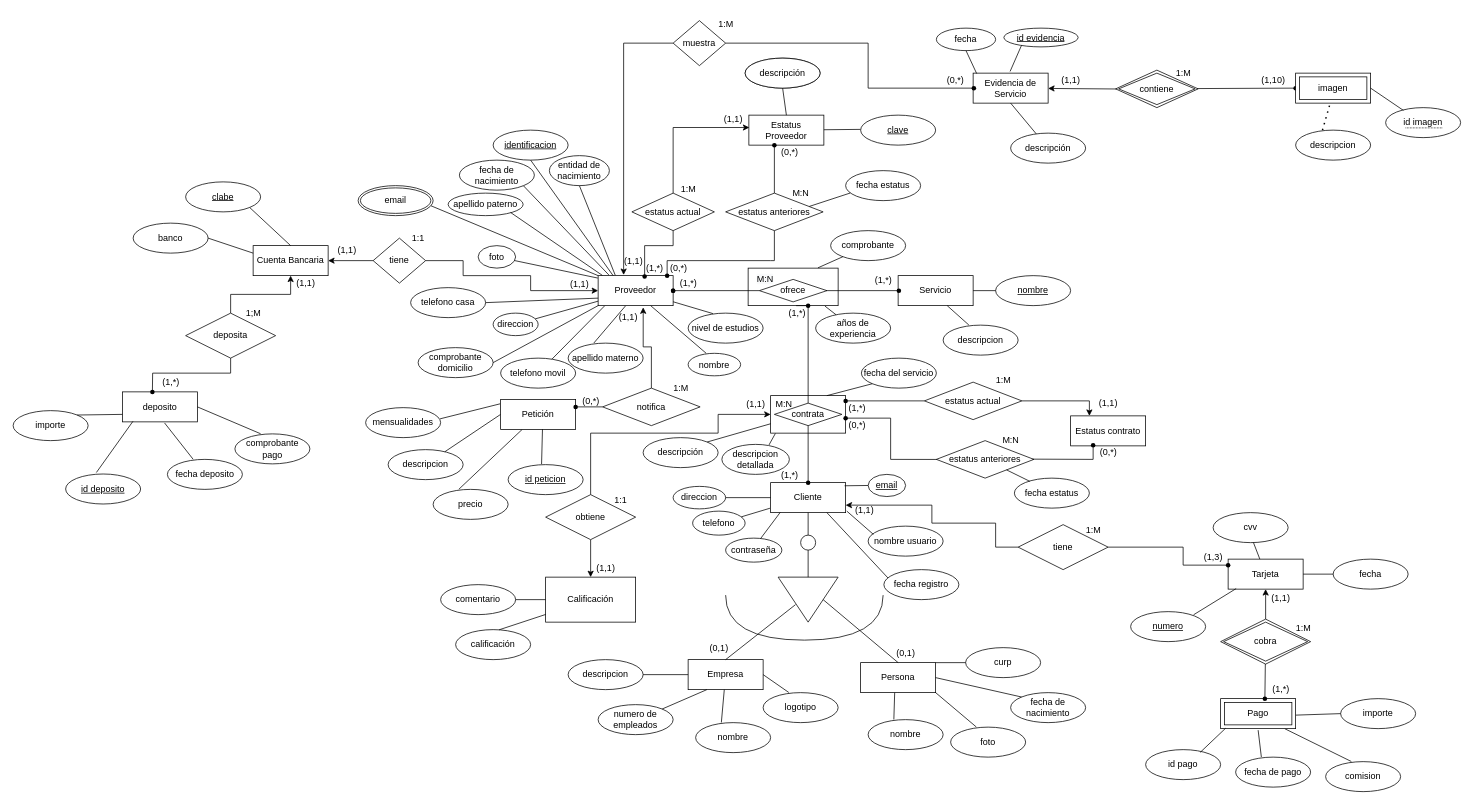
OswaCabrera/BDAProject keeps this draw.io diagram as Documentacion/ModeloER_HouseServices.drawio. Above is the earlier version. Source tidied: cells renumbered, new cells numbered last; positions are measured from the earlier drawing's top-left corner, leaving out a move shared by most shapes. Both pictures are drawn from the tidied source at 75%, with x=0, y=0 at pixel (13, 13).
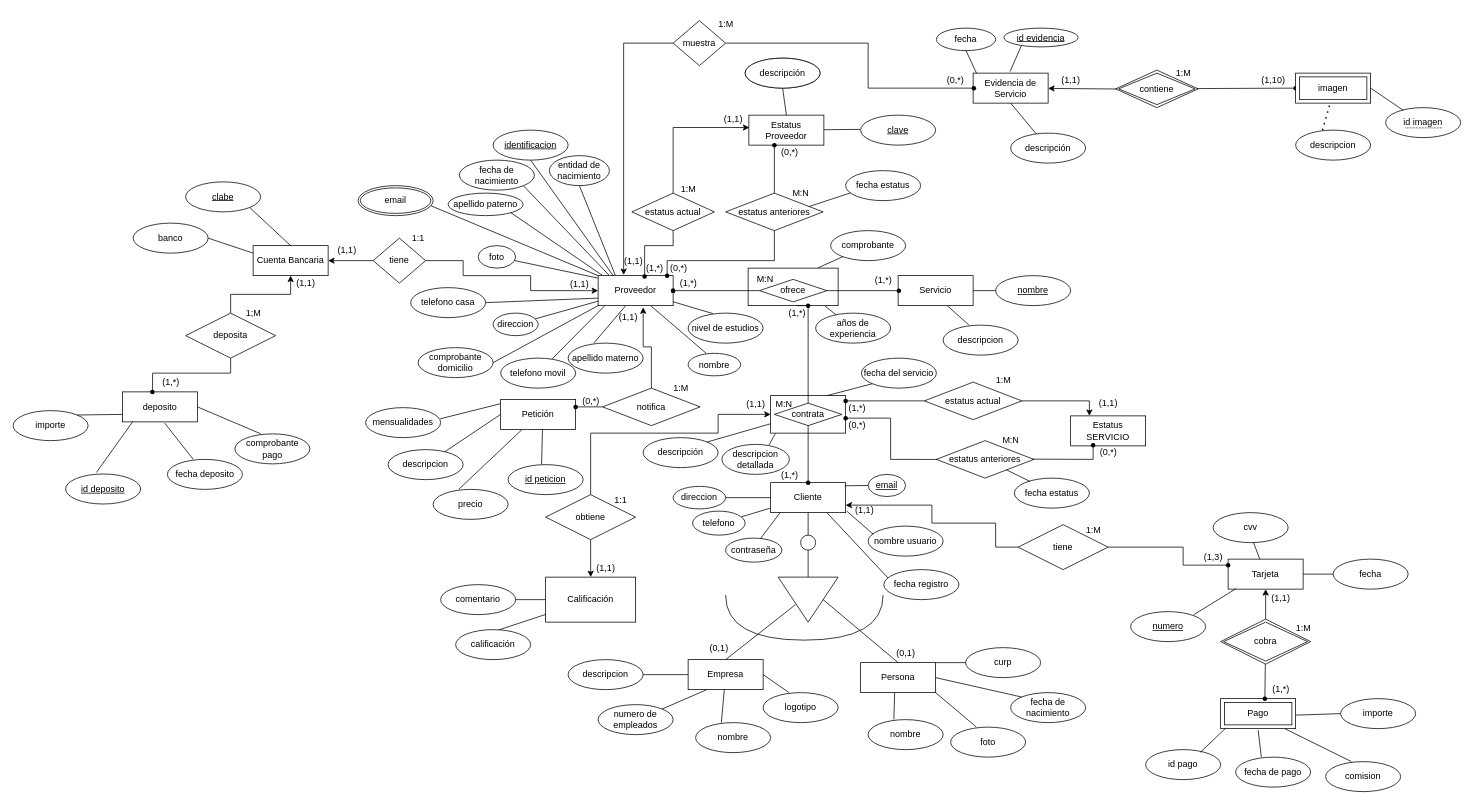
Above is the later version.

Change to the diagram source:
```diff
@@
-    <mxCell id="91" value="Estatus contrato" style="whiteSpace=wrap;html=1;align=center;" parent="1" vertex="1">
+    <mxCell id="91" value="Estatus SERVICIO" style="whiteSpace=wrap;html=1;align=center;" parent="1" vertex="1">
       <mxGeometry x="1410" y="537" width="100" height="40" as="geometry" />
     </mxCell>
```
